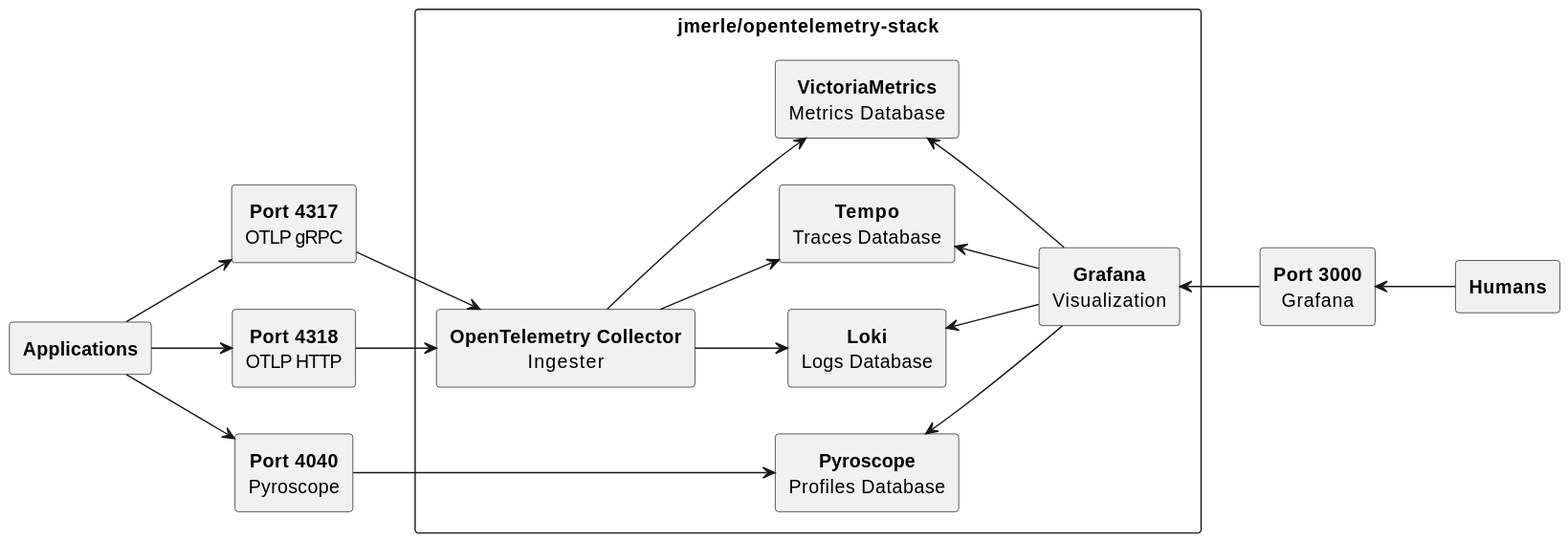
jmerle/docker-opentelemetry-stack keeps this PlantUML diagram as media/overview.svg. Above is the earlier version.
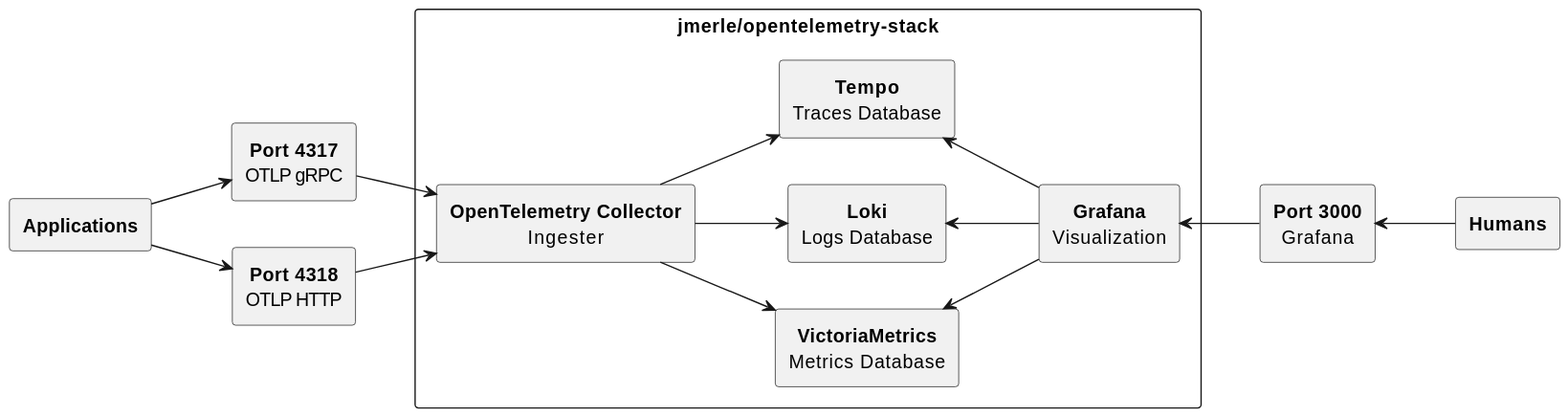
The same diagram one commit later.

Commit message:
Remove Pyroscope, fix Grafana data sources config

What changed in the source:
```diff
@@ -7,7 +7,6 @@
 
 rectangle "<b>Port 4317</b>\nOTLP gRPC" as Port4317
 rectangle "<b>Port 4318</b>\nOTLP HTTP" as Port4318
-rectangle "<b>Port 4040</b>\nPyroscope" as Port4040
 rectangle "<b>Port 3000</b>\nGrafana" as Port3000
 
 rectangle "jmerle/opentelemetry-stack" {
@@ -15,28 +14,22 @@
     rectangle "<b>VictoriaMetrics</b>\nMetrics Database" as VictoriaMetrics
     rectangle "<b>Loki</b>\nLogs Database" as Loki
     rectangle "<b>Tempo</b>\nTraces Database" as Tempo
-    rectangle "<b>Pyroscope</b>\nProfiles Database" as Pyroscope
     rectangle "<b>Grafana</b>\nVisualization" as Grafana
 }
 
 Apps --> Port4317
 Apps --> Port4318
-Apps --> Port4040
 
 Port4317 --> OTelCol
 Port4318 --> OTelCol
-Port4040 -[hidden]-> OTelCol
-Port4040 --> Pyroscope
 
 OTelCol --> VictoriaMetrics
 OTelCol --> Tempo
 OTelCol --> Loki
-OTelCol -[hidden]-> Pyroscope
 
 VictoriaMetrics <-- Grafana
 Tempo <-- Grafana
 Loki <-- Grafana
-Pyroscope <-- Grafana
 
 Grafana <-- Port3000
 Port3000 <-- Humans
```
